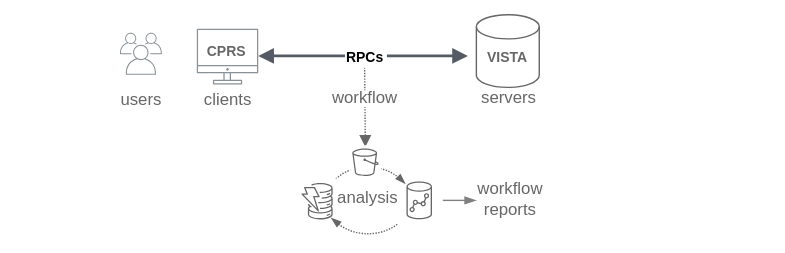
Above: img/vaa-overview.svg in cloudvista/vaa (draw.io), before the change. Source tidied: cells renumbered, new cells last; positions are measured from the earlier drawing's top-left corner, leaving out a move shared by most shapes.
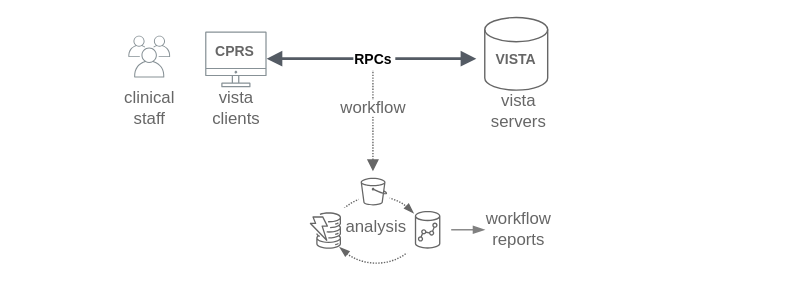
Later version of the same file.

The edit, as a diff of the source:
```diff
@@ -3,7 +3,7 @@
     <mxCell id="0" />
     <mxCell id="1" parent="0" />
     <mxCell id="2" style="rounded=1;whiteSpace=wrap;html=1;strokeColor=none;" parent="1" vertex="1">
-      <mxGeometry width="560" height="180" as="geometry" />
+      <mxGeometry x="-6" y="-2.3" width="560" height="204.3" as="geometry" />
     </mxCell>
     <mxCell id="3" style="sketch=0;gradientColor=none;fontColor=#545B64;strokeColor=none;fillColor=#879196;dashed=0;verticalLabelPosition=bottom;verticalAlign=top;align=center;html=1;fontSize=12;fontStyle=0;shape=mxgraph.aws4.illustration_users;" parent="1" vertex="1">
       <mxGeometry x="85" y="23" width="30" height="30" as="geometry" />
@@ -24,28 +24,28 @@
       <mxGeometry x="336.5" y="25" width="50" height="30" as="geometry" />
     </mxCell>
     <mxCell id="8" value="&lt;b&gt;&lt;font style=&quot;font-size: 10px;&quot;&gt;CPRS&lt;/font&gt;&lt;/b&gt;" style="text;html=1;align=center;verticalAlign=middle;strokeColor=none;fillColor=none;strokeWidth=1;fontColor=#666666;" parent="1" vertex="1">
-      <mxGeometry x="136" y="21" width="50" height="30" as="geometry" />
+      <mxGeometry x="136" y="19" width="50" height="30" as="geometry" />
     </mxCell>
-    <mxCell id="9" value="servers" style="text;html=1;align=center;verticalAlign=middle;strokeColor=none;fillColor=none;strokeWidth=1;fontColor=#666666;" parent="1" vertex="1">
-      <mxGeometry x="332.5" y="55" width="60" height="30" as="geometry" />
+    <mxCell id="9" value="vista&lt;br&gt;servers" style="text;html=1;align=center;verticalAlign=middle;strokeColor=none;fillColor=none;strokeWidth=1;fontColor=#666666;" parent="1" vertex="1">
+      <mxGeometry x="333.5" y="57" width="60" height="40" as="geometry" />
     </mxCell>
-    <mxCell id="10" value="clients" style="text;html=1;align=center;verticalAlign=middle;strokeColor=none;fillColor=none;strokeWidth=1;fontColor=#666666;" parent="1" vertex="1">
-      <mxGeometry x="132" y="56" width="60" height="30" as="geometry" />
+    <mxCell id="10" value="vista&lt;br&gt;clients" style="text;html=1;align=center;verticalAlign=middle;strokeColor=none;fillColor=none;strokeWidth=1;fontColor=#666666;" parent="1" vertex="1">
+      <mxGeometry x="132" y="55" width="60" height="40" as="geometry" />
     </mxCell>
-    <mxCell id="11" value="users" style="text;html=1;align=center;verticalAlign=middle;strokeColor=none;fillColor=none;strokeWidth=1;fontColor=#666666;" parent="1" vertex="1">
-      <mxGeometry x="75" y="56" width="50" height="30" as="geometry" />
+    <mxCell id="11" value="clinical&lt;br&gt;staff" style="text;html=1;align=center;verticalAlign=middle;strokeColor=none;fillColor=none;strokeWidth=1;fontColor=#666666;" parent="1" vertex="1">
+      <mxGeometry x="70" y="55" width="60" height="40" as="geometry" />
     </mxCell>
     <mxCell id="12" style="endArrow=none;dashed=1;html=1;fontColor=#666666;startArrow=block;startFill=1;strokeWidth=1;dashPattern=1 1;strokeColor=#666666;" parent="1" edge="1">
       <mxGeometry relative="1" as="geometry">
-        <mxPoint x="260.6" y="104.7" as="sourcePoint" />
+        <mxPoint x="260" y="120" as="sourcePoint" />
         <mxPoint x="260" y="39" as="targetPoint" />
       </mxGeometry>
     </mxCell>
     <mxCell id="13" style="rounded=1;whiteSpace=wrap;html=1;strokeColor=none;strokeWidth=1;fontSize=10;fontColor=#666666;fillColor=#FFFFFF;gradientColor=none;" parent="1" vertex="1">
-      <mxGeometry x="360" y="151" width="44.3" height="20" as="geometry" />
+      <mxGeometry x="360" y="170" width="44.3" height="20" as="geometry" />
     </mxCell>
     <mxCell id="14" style="group;" parent="1" vertex="1">
-      <mxGeometry x="209.7" y="119" width="106.3" height="47.7" as="geometry" />
+      <mxGeometry x="209.7" y="138" width="106.3" height="47.7" as="geometry" />
     </mxCell>
     <mxCell id="15" style="ellipse;whiteSpace=wrap;html=1;strokeColor=#666666;strokeWidth=1;fontSize=10;fontColor=#666666;fillColor=#FFFFFF;gradientColor=none;dashed=1;dashPattern=1 1;" parent="14" vertex="1">
       <mxGeometry x="22.8" width="60" height="47.7" as="geometry" />
@@ -66,7 +66,7 @@
       <mxGeometry x="27.6" y="36" width="4" height="6" as="geometry" />
     </mxCell>
     <mxCell id="21" style="group;" parent="1" vertex="1">
-      <mxGeometry x="249.7" y="103.4" width="22.3" height="22" as="geometry" />
+      <mxGeometry x="249.7" y="122.4" width="22.3" height="22" as="geometry" />
     </mxCell>
     <mxCell id="22" style="rounded=1;whiteSpace=wrap;html=1;strokeColor=none;strokeWidth=1;fontSize=10;fontColor=#666666;fillColor=#FFFFFF;gradientColor=none;" parent="21" vertex="1">
       <mxGeometry width="22.3" height="22" as="geometry" />
@@ -75,7 +75,7 @@
       <mxGeometry x="1.5" y="2.3" width="18.9" height="19.7" as="geometry" />
     </mxCell>
     <mxCell id="24" style="group;" parent="1" vertex="1">
-      <mxGeometry x="230" y="55" width="70" height="30" as="geometry" />
+      <mxGeometry x="230" y="60" width="70" height="30" as="geometry" />
     </mxCell>
     <mxCell id="25" style="rounded=1;whiteSpace=wrap;html=1;strokeColor=none;strokeWidth=1;fontSize=10;fontColor=#666666;fillColor=#FFFFFF;gradientColor=none;" parent="24" vertex="1">
       <mxGeometry x="11.2" y="9" width="39.5" height="12" as="geometry" />
@@ -85,11 +85,11 @@
     </mxCell>
     <mxCell id="27" style="edgeStyle=none;html=1;endArrow=blockThin;endFill=1;strokeColor=#808080;" parent="1" edge="1" source="16">
       <mxGeometry relative="1" as="geometry">
-        <mxPoint x="340" y="142.9" as="targetPoint" />
+        <mxPoint x="340" y="161.9" as="targetPoint" />
       </mxGeometry>
     </mxCell>
     <mxCell id="28" style="group;" parent="1" vertex="1">
-      <mxGeometry x="333.5" y="126.9" width="70" height="35" as="geometry" />
+      <mxGeometry x="333.5" y="145.9" width="70" height="35" as="geometry" />
     </mxCell>
     <mxCell id="29" style="rounded=1;whiteSpace=wrap;html=1;strokeColor=none;strokeWidth=1;fontSize=10;fontColor=#666666;fillColor=#FFFFFF;gradientColor=none;" parent="28" vertex="1">
       <mxGeometry x="11.2" y="9" width="39.5" height="12" as="geometry" />
```
